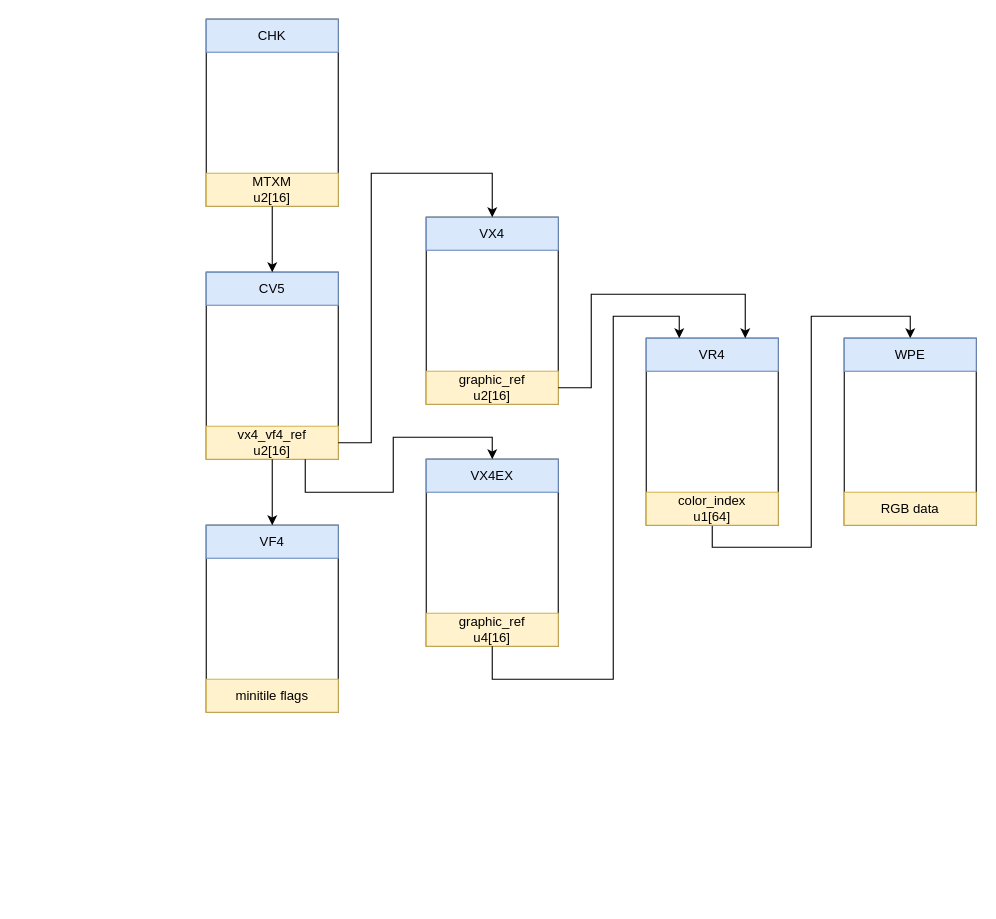
Before: doc/drawio/tilesets.drawio in andreas-volz/startsconverter, a draw.io diagram. Source tidied: cells renumbered, new cells numbered last; positions are measured from the earlier drawing's top-left corner, leaving out a move shared by most shapes. Both pictures are drawn from the tidied source at 110%, with x=0, y=0 at pixel (206, 19).
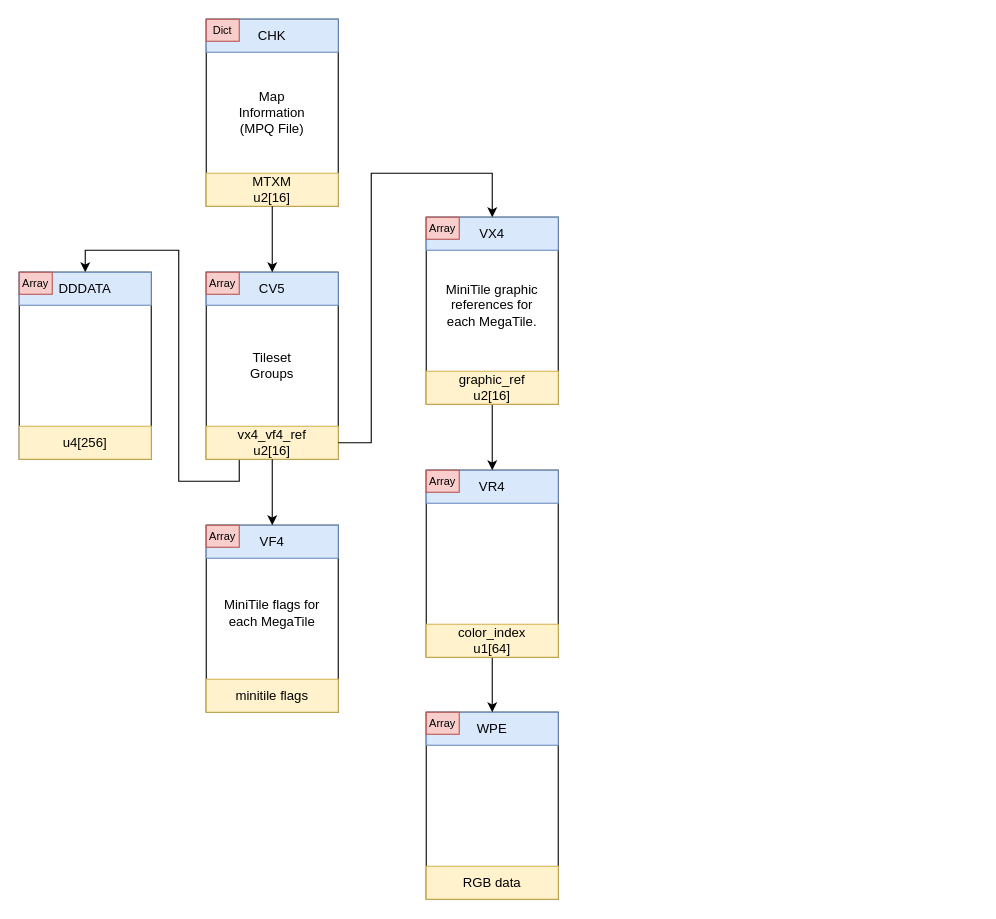
The same diagram, later.

The change refers to these unchanged cells:
```xml
<mxCell id="19" value="vx4_vf4_ref&lt;div&gt;u2[16]&lt;/div&gt;" style="rounded=0;whiteSpace=wrap;html=1;fillColor=#fff2cc;strokeColor=#d6b656;" parent="1" vertex="1">
  <mxGeometry y="370" width="120" height="30" as="geometry" />
</mxCell>
<mxCell id="23" value="graphic_ref&lt;div&gt;u2[16]&lt;/div&gt;" style="rounded=0;whiteSpace=wrap;html=1;fillColor=#fff2cc;strokeColor=#d6b656;" parent="1" vertex="1">
  <mxGeometry x="200" y="320" width="120" height="30" as="geometry" />
</mxCell>
```

What changed in the source:
```diff
@@
-    <mxCell id="5" style="edgeStyle=orthogonalEdgeStyle;rounded=0;jettySize=auto;html=1;exitX=0.5;exitY=1;exitDx=0;exitDy=0;entryX=0.5;entryY=0;entryDx=0;entryDy=0;" parent="1" edge="1" source="6" target="16">
-      <mxGeometry relative="1" as="geometry" />
-    </mxCell>
     <mxCell id="6" style="rounded=0;whiteSpace=wrap;html=1;" parent="1" vertex="1">
-      <mxGeometry x="400" y="290" width="120" height="170" as="geometry" />
+      <mxGeometry x="200" y="410" width="120" height="170" as="geometry" />
     </mxCell>
     <mxCell id="7" style="rounded=0;whiteSpace=wrap;html=1;" parent="1" vertex="1">
-      <mxGeometry x="580" y="290" width="120" height="170" as="geometry" />
+      <mxGeometry x="200" y="630" width="120" height="170" as="geometry" />
     </mxCell>
-    <mxCell id="8" style="rounded=0;whiteSpace=wrap;html=1;" parent="1" vertex="1">
-      <mxGeometry x="200" y="400" width="120" height="170" as="geometry" />
-    </mxCell>
@@
     <mxCell id="14" value="VR4" style="rounded=0;whiteSpace=wrap;html=1;fillColor=#dae8fc;strokeColor=#6c8ebf;" parent="1" vertex="1">
-      <mxGeometry x="400" y="290" width="120" height="30" as="geometry" />
+      <mxGeometry x="200" y="410" width="120" height="30" as="geometry" />
     </mxCell>
-    <mxCell id="15" value="VX4EX" style="rounded=0;whiteSpace=wrap;html=1;fillColor=#dae8fc;strokeColor=#6c8ebf;" parent="1" vertex="1">
-      <mxGeometry x="200" y="400" width="120" height="30" as="geometry" />
-    </mxCell>
     <mxCell id="16" value="WPE" style="rounded=0;whiteSpace=wrap;html=1;fillColor=#dae8fc;strokeColor=#6c8ebf;" parent="1" vertex="1">
-      <mxGeometry x="580" y="290" width="120" height="30" as="geometry" />
+      <mxGeometry x="200" y="630" width="120" height="30" as="geometry" />
     </mxCell>
@@
+    <mxCell id="30" style="edgeStyle=orthogonalEdgeStyle;rounded=0;jettySize=auto;html=1;exitX=0.25;exitY=1;exitDx=0;exitDy=0;entryX=0.5;entryY=0;entryDx=0;entryDy=0;" parent="1" edge="1" source="19" target="35">
+      <mxGeometry relative="1" as="geometry" />
+    </mxCell>
@@
-    <mxCell id="22" style="endArrow=classic;html=1;rounded=0;exitX=0.75;exitY=1;exitDx=0;exitDy=0;entryX=0.5;entryY=0;entryDx=0;entryDy=0;" parent="1" edge="1" source="19" target="15">
-      <mxGeometry relative="1" as="geometry">
-        <Array as="points">
-          <mxPoint x="90" y="430" />
-          <mxPoint x="170" y="430" />
-          <mxPoint x="170" y="380" />
-          <mxPoint x="260" y="380" />
-        </Array>
-      </mxGeometry>
-    </mxCell>
+    <mxCell id="24" style="edgeStyle=orthogonalEdgeStyle;rounded=0;jettySize=auto;html=1;exitX=0.5;exitY=1;exitDx=0;exitDy=0;entryX=0.5;entryY=0;entryDx=0;entryDy=0;" parent="1" edge="1" source="23" target="14">
+      <mxGeometry relative="1" as="geometry" />
+    </mxCell>
@@
-    <mxCell id="24" style="endArrow=classic;html=1;rounded=0;exitX=1;exitY=0.5;exitDx=0;exitDy=0;entryX=0.75;entryY=0;entryDx=0;entryDy=0;" parent="1" edge="1" source="23" target="14">
-      <mxGeometry relative="1" as="geometry">
-        <Array as="points">
-          <mxPoint x="350" y="335" />
-          <mxPoint x="350" y="250" />
-          <mxPoint x="490" y="250" />
-        </Array>
-      </mxGeometry>
-    </mxCell>
-    <mxCell id="25" value="graphic_ref&lt;div&gt;u4[16]&lt;/div&gt;" style="rounded=0;whiteSpace=wrap;html=1;fillColor=#fff2cc;strokeColor=#d6b656;" parent="1" vertex="1">
-      <mxGeometry x="200" y="540" width="120" height="30" as="geometry" />
-    </mxCell>
-    <mxCell id="26" style="endArrow=classic;html=1;rounded=0;exitX=0.5;exitY=1;exitDx=0;exitDy=0;entryX=0.25;entryY=0;entryDx=0;entryDy=0;" parent="1" edge="1" source="25" target="14">
-      <mxGeometry relative="1" as="geometry">
-        <Array as="points">
-          <mxPoint x="260" y="600" />
-          <mxPoint x="370" y="600" />
-          <mxPoint x="370" y="270" />
-          <mxPoint x="430" y="270" />
-        </Array>
-      </mxGeometry>
-    </mxCell>
+    <mxCell id="31" style="edgeStyle=orthogonalEdgeStyle;rounded=0;jettySize=auto;html=1;exitX=0.5;exitY=1;exitDx=0;exitDy=0;entryX=0.5;entryY=0;entryDx=0;entryDy=0;" parent="1" edge="1" source="27" target="16">
+      <mxGeometry relative="1" as="geometry" />
+    </mxCell>
     <mxCell id="27" value="color_index&lt;div&gt;u1[64]&lt;/div&gt;" style="rounded=0;whiteSpace=wrap;html=1;fillColor=#fff2cc;strokeColor=#d6b656;" parent="1" vertex="1">
-      <mxGeometry x="400" y="430" width="120" height="30" as="geometry" />
+      <mxGeometry x="200" y="550" width="120" height="30" as="geometry" />
     </mxCell>
     <mxCell id="28" value="RGB data" style="rounded=0;whiteSpace=wrap;html=1;fillColor=#fff2cc;strokeColor=#d6b656;" parent="1" vertex="1">
-      <mxGeometry x="580" y="430" width="120" height="30" as="geometry" />
+      <mxGeometry x="200" y="770" width="120" height="30" as="geometry" />
     </mxCell>
@@
+    <mxCell id="32" value="Map Information&lt;div&gt;(MPQ File)&lt;/div&gt;" style="text;html=1;align=center;verticalAlign=middle;whiteSpace=wrap;rounded=0;" parent="1" vertex="1">
+      <mxGeometry x="30" y="70" width="60" height="30" as="geometry" />
+    </mxCell>
+    <mxCell id="33" value="Array" style="rounded=0;whiteSpace=wrap;html=1;fillColor=#f8cecc;strokeColor=#b85450;fontSize=10;" parent="1" vertex="1">
+      <mxGeometry y="230" width="30" height="20" as="geometry" />
+    </mxCell>
+    <mxCell id="34" style="rounded=0;whiteSpace=wrap;html=1;" parent="1" vertex="1">
+      <mxGeometry x="-170" y="230" width="120" height="170" as="geometry" />
+    </mxCell>
+    <mxCell id="35" value="DDDATA" style="rounded=0;whiteSpace=wrap;html=1;fillColor=#dae8fc;strokeColor=#6c8ebf;" parent="1" vertex="1">
+      <mxGeometry x="-170" y="230" width="120" height="30" as="geometry" />
+    </mxCell>
+    <mxCell id="36" value="u4[256]" style="rounded=0;whiteSpace=wrap;html=1;fillColor=#fff2cc;strokeColor=#d6b656;" parent="1" vertex="1">
+      <mxGeometry x="-170" y="370" width="120" height="30" as="geometry" />
+    </mxCell>
+    <mxCell id="37" value="Array" style="rounded=0;whiteSpace=wrap;html=1;fillColor=#f8cecc;strokeColor=#b85450;fontSize=10;" parent="1" vertex="1">
+      <mxGeometry x="200" y="180" width="30" height="20" as="geometry" />
+    </mxCell>
+    <mxCell id="38" value="Array" style="rounded=0;whiteSpace=wrap;html=1;fillColor=#f8cecc;strokeColor=#b85450;fontSize=10;" parent="1" vertex="1">
+      <mxGeometry x="200" y="410" width="30" height="20" as="geometry" />
+    </mxCell>
+    <mxCell id="39" value="Array" style="rounded=0;whiteSpace=wrap;html=1;fillColor=#f8cecc;strokeColor=#b85450;fontSize=10;" parent="1" vertex="1">
+      <mxGeometry x="200" y="630" width="30" height="20" as="geometry" />
+    </mxCell>
+    <mxCell id="40" value="Array" style="rounded=0;whiteSpace=wrap;html=1;fillColor=#f8cecc;strokeColor=#b85450;fontSize=10;" parent="1" vertex="1">
+      <mxGeometry y="460" width="30" height="20" as="geometry" />
+    </mxCell>
+    <mxCell id="41" value="Array" style="rounded=0;whiteSpace=wrap;html=1;fillColor=#f8cecc;strokeColor=#b85450;fontSize=10;" parent="1" vertex="1">
+      <mxGeometry x="-170" y="230" width="30" height="20" as="geometry" />
+    </mxCell>
+    <mxCell id="42" value="Dict" style="rounded=0;whiteSpace=wrap;html=1;fillColor=#f8cecc;strokeColor=#b85450;fontSize=10;" parent="1" vertex="1">
+      <mxGeometry width="30" height="20" as="geometry" />
+    </mxCell>
+    <mxCell id="43" value="Tileset Groups" style="text;html=1;align=center;verticalAlign=middle;whiteSpace=wrap;rounded=0;" parent="1" vertex="1">
+      <mxGeometry x="30" y="300" width="60" height="30" as="geometry" />
+    </mxCell>
+    <mxCell id="44" value="MiniTile flags for each MegaTile" style="text;html=1;align=center;verticalAlign=middle;whiteSpace=wrap;rounded=0;" parent="1" vertex="1">
+      <mxGeometry x="10" y="510" width="100" height="60" as="geometry" />
+    </mxCell>
+    <mxCell id="45" value="MiniTile graphic references for each MegaTile." style="text;html=1;align=center;verticalAlign=middle;whiteSpace=wrap;rounded=0;" parent="1" vertex="1">
+      <mxGeometry x="212" y="240" width="96" height="40" as="geometry" />
+    </mxCell>
```
